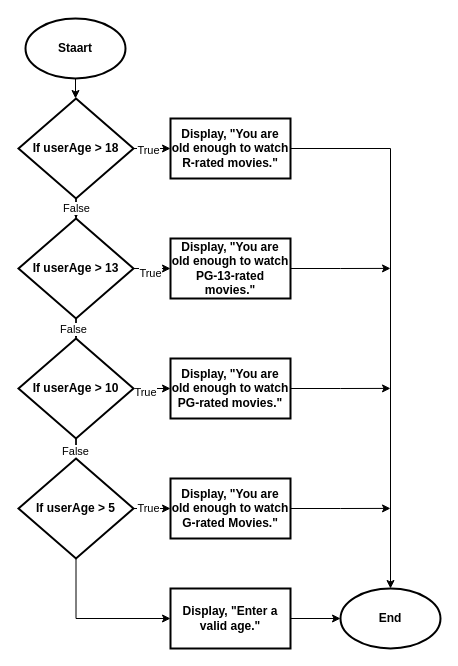
ICD2O-Digital-Tech-KukwacA/Unit4-03-PHP-Movie keeps this draw.io diagram as Unit4-03-PHP-Movie.drawio. Above is the earlier version. Source tidied: cells renumbered, new cells numbered last; positions are measured from the earlier drawing's top-left corner, leaving out a move shared by most shapes. Both pictures are drawn from the tidied source at 100%, with x=0, y=0 at pixel (18, 18).
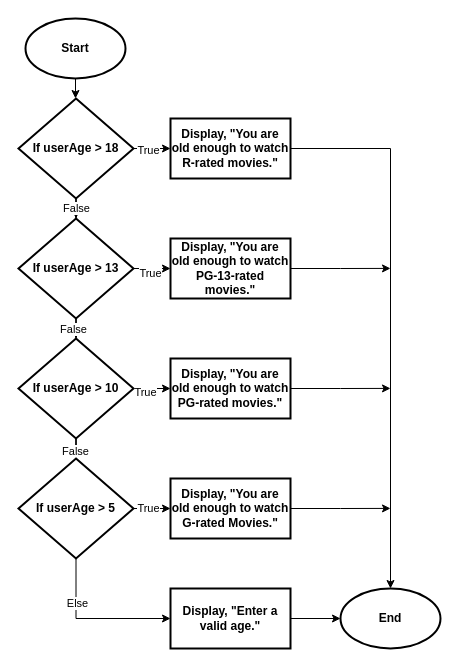
The same page after the edit.

The change refers to these unchanged cells:
```xml
<mxCell id="21" style="edgeStyle=orthogonalEdgeStyle;rounded=0;jettySize=auto;html=1;exitX=0.5;exitY=1;exitDx=0;exitDy=0;exitPerimeter=0;entryX=0;entryY=0.5;entryDx=0;entryDy=0;" parent="1" edge="1" source="22" target="31">
  <mxGeometry relative="1" as="geometry" />
</mxCell>
```

Diff of the diagram source:
```diff
@@
-    <mxCell id="3" value="&lt;b&gt;Staart&lt;/b&gt;" style="strokeWidth=2;html=1;shape=mxgraph.flowchart.start_1;whiteSpace=wrap;" parent="1" vertex="1">
+    <mxCell id="3" value="&lt;b&gt;Start&lt;/b&gt;" style="strokeWidth=2;html=1;shape=mxgraph.flowchart.start_1;whiteSpace=wrap;" parent="1" vertex="1">
       <mxGeometry x="7" width="100" height="60" as="geometry" />
     </mxCell>
@@
+    <mxCell id="34" value="Else" style="edgeLabel;html=1;align=center;verticalAlign=middle;" parent="21" vertex="1">
+      <mxGeometry x="-0.43" y="1" relative="1" as="geometry" />
+    </mxCell>
```
